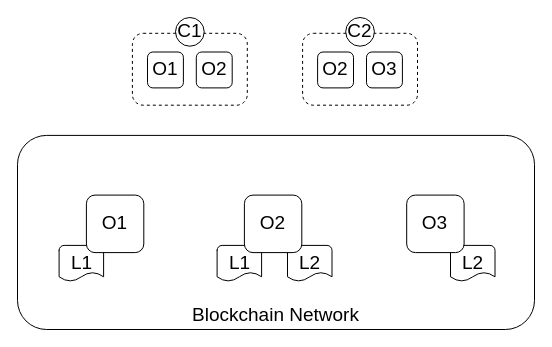
Above: page "4.3" (3 of 10) of graduation/第四章.drawio in guanpengchn/draw.io (draw.io), before the change. Source tidied: cells renumbered, new cells numbered last; positions are measured from the earlier drawing's top-left corner, leaving out a move shared by most shapes. Both pictures are drawn from the tidied source at 100%, with x=0, y=0 at pixel (17, 17).
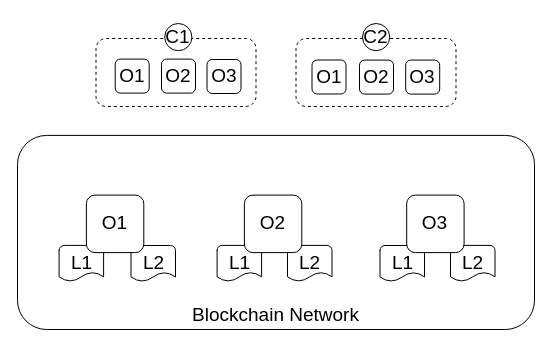
The same diagram, later.

Diff of the diagram source:
```diff
@@
-    <mxCell id="2" style="group;fontSize=19;" parent="1" vertex="1">
-      <mxGeometry width="517" height="312" as="geometry" />
-    </mxCell>
+    <mxCell id="19" value="L1" style="strokeWidth=1;html=1;shape=mxgraph.flowchart.document2;whiteSpace=wrap;size=0.25;rounded=1;glass=0;comic=0;fillColor=none;shadow=0;fontSize=19;" parent="1" vertex="1">
+      <mxGeometry x="362.5" y="228" width="44.5" height="35.9" as="geometry" />
+    </mxCell>
+    <mxCell id="20" value="L2" style="strokeWidth=1;html=1;shape=mxgraph.flowchart.document2;whiteSpace=wrap;size=0.25;rounded=1;glass=0;comic=0;fillColor=none;shadow=0;fontSize=19;" parent="1" vertex="1">
+      <mxGeometry x="113.5" y="228" width="44.5" height="35.9" as="geometry" />
+    </mxCell>
-    <mxCell id="3" value="&lt;div style=&quot;text-align: right; font-size: 19px;&quot;&gt;&lt;span style=&quot;font-size: 19px;&quot;&gt;Blockchain Network&lt;/span&gt;&lt;/div&gt;" style="rounded=1;whiteSpace=wrap;html=1;fillColor=none;align=center;verticalAlign=bottom;labelPosition=center;verticalLabelPosition=middle;fontSize=19;" parent="2" vertex="1">
+    <mxCell id="3" value="&lt;div style=&quot;text-align: right; font-size: 19px;&quot;&gt;&lt;span style=&quot;font-size: 19px;&quot;&gt;Blockchain Network&lt;/span&gt;&lt;/div&gt;" style="rounded=1;whiteSpace=wrap;html=1;fillColor=none;align=center;verticalAlign=bottom;labelPosition=center;verticalLabelPosition=middle;fontSize=19;" parent="1" vertex="1">
       <mxGeometry y="117.9" width="517" height="194.1" as="geometry" />
     </mxCell>
-    <mxCell id="4" value="L1" style="strokeWidth=1;html=1;shape=mxgraph.flowchart.document2;whiteSpace=wrap;size=0.25;rounded=1;glass=0;comic=0;fillColor=none;shadow=0;fontSize=19;" parent="2" vertex="1">
+    <mxCell id="4" value="L1" style="strokeWidth=1;html=1;shape=mxgraph.flowchart.document2;whiteSpace=wrap;size=0.25;rounded=1;glass=0;comic=0;fillColor=none;shadow=0;fontSize=19;" parent="1" vertex="1">
       <mxGeometry x="41.6" y="227.9" width="44.5" height="35.9" as="geometry" />
     </mxCell>
-    <mxCell id="5" style="rounded=1;whiteSpace=wrap;html=1;dashed=1;fontSize=19;" parent="2" vertex="1">
-      <mxGeometry x="114.9" y="15.8" width="114.9" height="71.9" as="geometry" />
-    </mxCell>
-    <mxCell id="6" value="L1" style="strokeWidth=1;html=1;shape=mxgraph.flowchart.document2;whiteSpace=wrap;size=0.25;rounded=1;glass=0;comic=0;fillColor=none;shadow=0;fontSize=19;" parent="2" vertex="1">
+    <mxCell id="6" value="L1" style="strokeWidth=1;html=1;shape=mxgraph.flowchart.document2;whiteSpace=wrap;size=0.25;rounded=1;glass=0;comic=0;fillColor=none;shadow=0;fontSize=19;" parent="1" vertex="1">
       <mxGeometry x="199.6" y="227.9" width="44.5" height="35.9" as="geometry" />
     </mxCell>
-    <mxCell id="7" value="L2" style="strokeWidth=1;html=1;shape=mxgraph.flowchart.document2;whiteSpace=wrap;size=0.25;rounded=1;glass=0;comic=0;fillColor=none;shadow=0;fontSize=19;" parent="2" vertex="1">
+    <mxCell id="7" value="L2" style="strokeWidth=1;html=1;shape=mxgraph.flowchart.document2;whiteSpace=wrap;size=0.25;rounded=1;glass=0;comic=0;fillColor=none;shadow=0;fontSize=19;" parent="1" vertex="1">
       <mxGeometry x="270" y="227.9" width="44.5" height="35.9" as="geometry" />
     </mxCell>
-    <mxCell id="8" value="L2" style="strokeWidth=1;html=1;shape=mxgraph.flowchart.document2;whiteSpace=wrap;size=0.25;rounded=1;glass=0;comic=0;fillColor=none;shadow=0;fontSize=19;" parent="2" vertex="1">
+    <mxCell id="8" value="L2" style="strokeWidth=1;html=1;shape=mxgraph.flowchart.document2;whiteSpace=wrap;size=0.25;rounded=1;glass=0;comic=0;fillColor=none;shadow=0;fontSize=19;" parent="1" vertex="1">
       <mxGeometry x="433" y="227.9" width="44.5" height="35.9" as="geometry" />
     </mxCell>
-    <mxCell id="9" value="O1" style="rounded=1;whiteSpace=wrap;html=1;fontSize=19;" parent="2" vertex="1">
-      <mxGeometry x="130" y="34.5" width="35.9" height="35.9" as="geometry" />
-    </mxCell>
-    <mxCell id="10" value="O2&lt;br style=&quot;font-size: 19px;&quot;&gt;" style="rounded=1;whiteSpace=wrap;html=1;fontSize=19;" parent="2" vertex="1">
-      <mxGeometry x="178.8" y="34.5" width="35.9" height="35.9" as="geometry" />
-    </mxCell>
-    <mxCell id="11" value="C1" style="ellipse;whiteSpace=wrap;html=1;rounded=0;shadow=0;glass=0;comic=0;strokeWidth=1;fillColor=#ffffff;fontSize=19;" parent="2" vertex="1">
-      <mxGeometry x="158" width="28.7" height="28.7" as="geometry" />
-    </mxCell>
-    <mxCell id="12" style="rounded=1;whiteSpace=wrap;html=1;dashed=1;fontSize=19;" parent="2" vertex="1">
-      <mxGeometry x="285.1" y="15.8" width="114.9" height="71.9" as="geometry" />
-    </mxCell>
-    <mxCell id="13" value="O2" style="rounded=1;whiteSpace=wrap;html=1;fontSize=19;" parent="2" vertex="1">
-      <mxGeometry x="300.1" y="34.5" width="35.9" height="35.9" as="geometry" />
-    </mxCell>
-    <mxCell id="14" value="O3&lt;br style=&quot;font-size: 19px;&quot;&gt;" style="rounded=1;whiteSpace=wrap;html=1;fontSize=19;" parent="2" vertex="1">
-      <mxGeometry x="349" y="34.5" width="35.9" height="35.9" as="geometry" />
-    </mxCell>
-    <mxCell id="15" value="C2" style="ellipse;whiteSpace=wrap;html=1;rounded=0;shadow=0;glass=0;comic=0;strokeWidth=1;fillColor=#ffffff;fontSize=19;" parent="2" vertex="1">
-      <mxGeometry x="328.2" width="28.7" height="28.7" as="geometry" />
-    </mxCell>
-    <mxCell id="16" value="O1" style="rounded=1;whiteSpace=wrap;html=1;fontSize=19;" parent="2" vertex="1">
+    <mxCell id="16" value="O1" style="rounded=1;whiteSpace=wrap;html=1;fontSize=19;" parent="1" vertex="1">
       <mxGeometry x="68.9" y="177.6" width="57.4" height="57.5" as="geometry" />
     </mxCell>
-    <mxCell id="17" value="O3" style="rounded=1;whiteSpace=wrap;html=1;glass=0;comic=0;fontSize=19;" parent="2" vertex="1">
+    <mxCell id="17" value="O3" style="rounded=1;whiteSpace=wrap;html=1;glass=0;comic=0;fontSize=19;" parent="1" vertex="1">
       <mxGeometry x="389.2" y="177.6" width="57.4" height="57.5" as="geometry" />
     </mxCell>
-    <mxCell id="18" value="O2&lt;br style=&quot;font-size: 19px;&quot;&gt;" style="rounded=1;whiteSpace=wrap;html=1;fontSize=19;" parent="2" vertex="1">
+    <mxCell id="18" value="O2&lt;br style=&quot;font-size: 19px;&quot;&gt;" style="rounded=1;whiteSpace=wrap;html=1;fontSize=19;" parent="1" vertex="1">
       <mxGeometry x="226.9" y="177.6" width="57.4" height="57.5" as="geometry" />
     </mxCell>
+    <mxCell id="21" style="rounded=1;whiteSpace=wrap;html=1;dashed=1;fontSize=19;" parent="1" vertex="1">
+      <mxGeometry x="78.5" y="21" width="160" height="68" as="geometry" />
+    </mxCell>
+    <mxCell id="22" value="O1" style="rounded=1;whiteSpace=wrap;html=1;fontSize=19;" parent="1" vertex="1">
+      <mxGeometry x="97.7" y="41.6" width="34" height="34" as="geometry" />
+    </mxCell>
+    <mxCell id="10" value="O2&lt;br style=&quot;font-size: 19px;&quot;&gt;" style="rounded=1;whiteSpace=wrap;html=1;fontSize=19;" parent="1" vertex="1">
+      <mxGeometry x="144" y="41.6" width="34" height="34" as="geometry" />
+    </mxCell>
+    <mxCell id="11" value="C1" style="ellipse;whiteSpace=wrap;html=1;rounded=0;shadow=0;glass=0;comic=0;strokeWidth=1;fillColor=#ffffff;fontSize=19;" parent="1" vertex="1">
+      <mxGeometry x="147.2" y="6" width="27.2" height="27.2" as="geometry" />
+    </mxCell>
+    <mxCell id="23" style="rounded=1;whiteSpace=wrap;html=1;dashed=1;fontSize=19;" parent="1" vertex="1">
+      <mxGeometry x="278.5" y="21" width="160" height="68" as="geometry" />
+    </mxCell>
+    <mxCell id="13" value="O2" style="rounded=1;whiteSpace=wrap;html=1;fontSize=19;" parent="1" vertex="1">
+      <mxGeometry x="342" y="42.6" width="34" height="34" as="geometry" />
+    </mxCell>
+    <mxCell id="24" value="O3&lt;br style=&quot;font-size: 19px;&quot;&gt;" style="rounded=1;whiteSpace=wrap;html=1;fontSize=19;" parent="1" vertex="1">
+      <mxGeometry x="388.2" y="42.6" width="34" height="34" as="geometry" />
+    </mxCell>
+    <mxCell id="15" value="C2" style="ellipse;whiteSpace=wrap;html=1;rounded=0;shadow=0;glass=0;comic=0;strokeWidth=1;fillColor=#ffffff;fontSize=19;" parent="1" vertex="1">
+      <mxGeometry x="345" y="6" width="27.2" height="27.2" as="geometry" />
+    </mxCell>
+    <mxCell id="25" value="O3&lt;br style=&quot;font-size: 19px;&quot;&gt;" style="rounded=1;whiteSpace=wrap;html=1;fontSize=19;" parent="1" vertex="1">
+      <mxGeometry x="189.5" y="42" width="34" height="34" as="geometry" />
+    </mxCell>
+    <mxCell id="26" value="O1" style="rounded=1;whiteSpace=wrap;html=1;fontSize=19;" parent="1" vertex="1">
+      <mxGeometry x="294.5" y="42.5" width="34" height="34" as="geometry" />
+    </mxCell>
```
